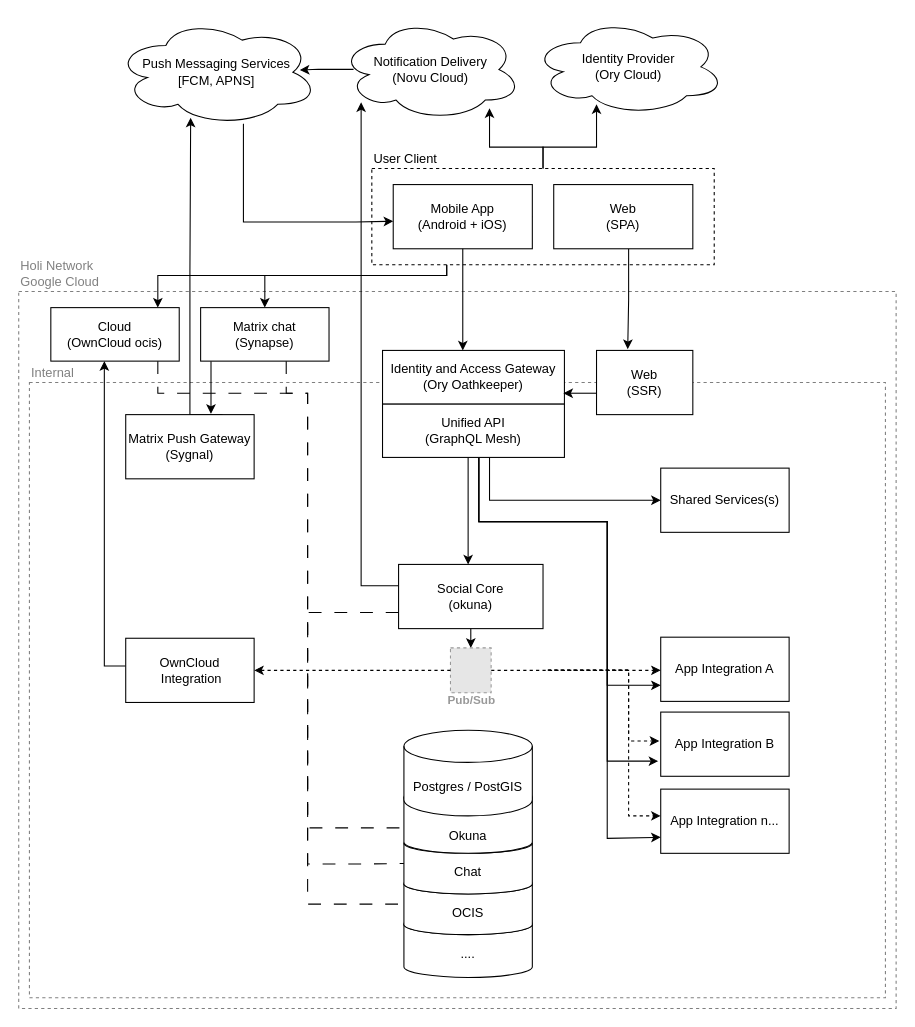
Before: docs/img/architecture-overview.drawio in holi-social/app.gitlab-pages.holi.team, a draw.io diagram. Source tidied: cells renumbered, new cells numbered last; positions are measured from the earlier drawing's top-left corner, leaving out a move shared by most shapes. Both pictures are drawn from the tidied source at 107%, with x=0, y=0 at pixel (18, 18). Pictures stored in the file or linked from it are replaced by grey dashed boxes.
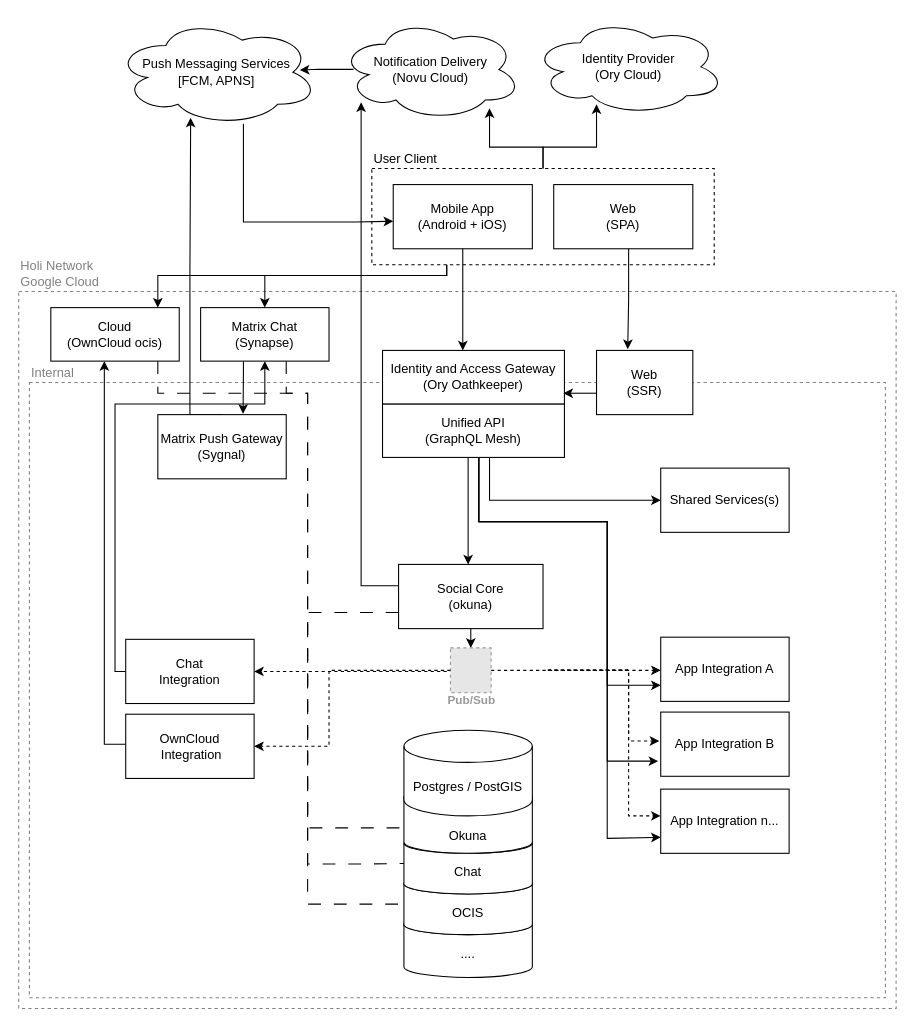
The same diagram, later.

Commit message:
add chat integration to architecture overview

The change refers to these unchanged cells:
```xml
<mxCell id="25" value="Cloud&lt;br&gt;(OwnCloud ocis)" style="rounded=0;whiteSpace=wrap;html=1;" parent="1" vertex="1">
  <mxGeometry x="30" y="270" width="120" height="50" as="geometry" />
</mxCell>
<mxCell id="39" value="Pub/Sub" style="fillColor=#E6E6E6;strokeColor=#999999;dashed=1;html=1;verticalAlign=top;labelPosition=center;verticalLabelPosition=bottom;align=center;spacingTop=-6;fontSize=11;fontStyle=1;fontColor=#999999;" parent="1" vertex="1">
  <mxGeometry x="403.5" y="588" width="38" height="42" as="geometry" />
</mxCell>
```

The edit, as a diff of the source:
```diff
@@
     <mxCell id="26" style="edgeStyle=orthogonalEdgeStyle;rounded=0;jettySize=auto;html=1;" parent="1" edge="1" source="27" target="25">
       <mxGeometry relative="1" as="geometry">
         <Array as="points">
-          <mxPoint x="80" y="605" />
+          <mxPoint x="80" y="678" />
         </Array>
       </mxGeometry>
     </mxCell>
     <mxCell id="27" value="OwnCloud &amp;nbsp;Integration" style="rounded=0;whiteSpace=wrap;html=1;" parent="1" vertex="1">
-      <mxGeometry x="100" y="579" width="120" height="60" as="geometry" />
+      <mxGeometry x="100" y="650" width="120" height="60" as="geometry" />
     </mxCell>
@@
     <mxCell id="29" style="edgeStyle=orthogonalEdgeStyle;rounded=0;jettySize=auto;html=1;entryX=0.664;entryY=-0.012;entryDx=0;entryDy=0;entryPerimeter=0;" parent="1" edge="1" source="30" target="32">
       <mxGeometry relative="1" as="geometry">
         <Array as="points">
-          <mxPoint x="180" y="345" />
+          <mxPoint x="210" y="330" />
+          <mxPoint x="210" y="330" />
         </Array>
       </mxGeometry>
     </mxCell>
-    <mxCell id="30" value="Matrix chat&lt;br&gt;(Synapse)" style="rounded=0;whiteSpace=wrap;html=1;" parent="1" vertex="1">
+    <mxCell id="30" value="Matrix Chat&lt;br&gt;(Synapse)" style="rounded=0;whiteSpace=wrap;html=1;" parent="1" vertex="1">
       <mxGeometry x="170" y="270" width="120" height="50" as="geometry" />
     </mxCell>
@@
     <mxCell id="32" value="Matrix Push Gateway&lt;br&gt;(Sygnal)" style="rounded=0;whiteSpace=wrap;html=1;" parent="1" vertex="1">
-      <mxGeometry x="100" y="370" width="120" height="60" as="geometry" />
+      <mxGeometry x="130" y="370" width="120" height="60" as="geometry" />
     </mxCell>
@@
     <mxCell id="50" style="edgeStyle=orthogonalEdgeStyle;rounded=0;jettySize=auto;html=1;endWidth=4.8;entryX=1;entryY=0.5;entryDx=0;entryDy=0;dashed=1;" parent="1" edge="1" source="39" target="27">
-      <mxGeometry relative="1" as="geometry" />
+      <mxGeometry relative="1" as="geometry">
+        <Array as="points">
+          <mxPoint x="290" y="609" />
+          <mxPoint x="290" y="680" />
+        </Array>
+      </mxGeometry>
     </mxCell>
@@
+    <mxCell id="55" style="edgeStyle=orthogonalEdgeStyle;rounded=0;jettySize=auto;html=1;exitX=0;exitY=0.5;exitDx=0;exitDy=0;" parent="1" edge="1" source="56" target="30">
+      <mxGeometry relative="1" as="geometry">
+        <Array as="points">
+          <mxPoint x="90" y="610" />
+          <mxPoint x="90" y="360" />
+          <mxPoint x="230" y="360" />
+        </Array>
+      </mxGeometry>
+    </mxCell>
+    <mxCell id="56" value="Chat &lt;br&gt;Integration" style="rounded=0;whiteSpace=wrap;html=1;" parent="1" vertex="1">
+      <mxGeometry x="100" y="580" width="120" height="60" as="geometry" />
+    </mxCell>
+    <mxCell id="57" style="edgeStyle=orthogonalEdgeStyle;rounded=0;jettySize=auto;html=1;endWidth=4.8;entryX=1;entryY=0.5;entryDx=0;entryDy=0;dashed=1;" parent="1" edge="1" target="56">
+      <mxGeometry relative="1" as="geometry">
+        <mxPoint x="400" y="610" as="sourcePoint" />
+        <Array as="points">
+          <mxPoint x="270" y="610" />
+          <mxPoint x="270" y="610" />
+        </Array>
+      </mxGeometry>
+    </mxCell>
```
